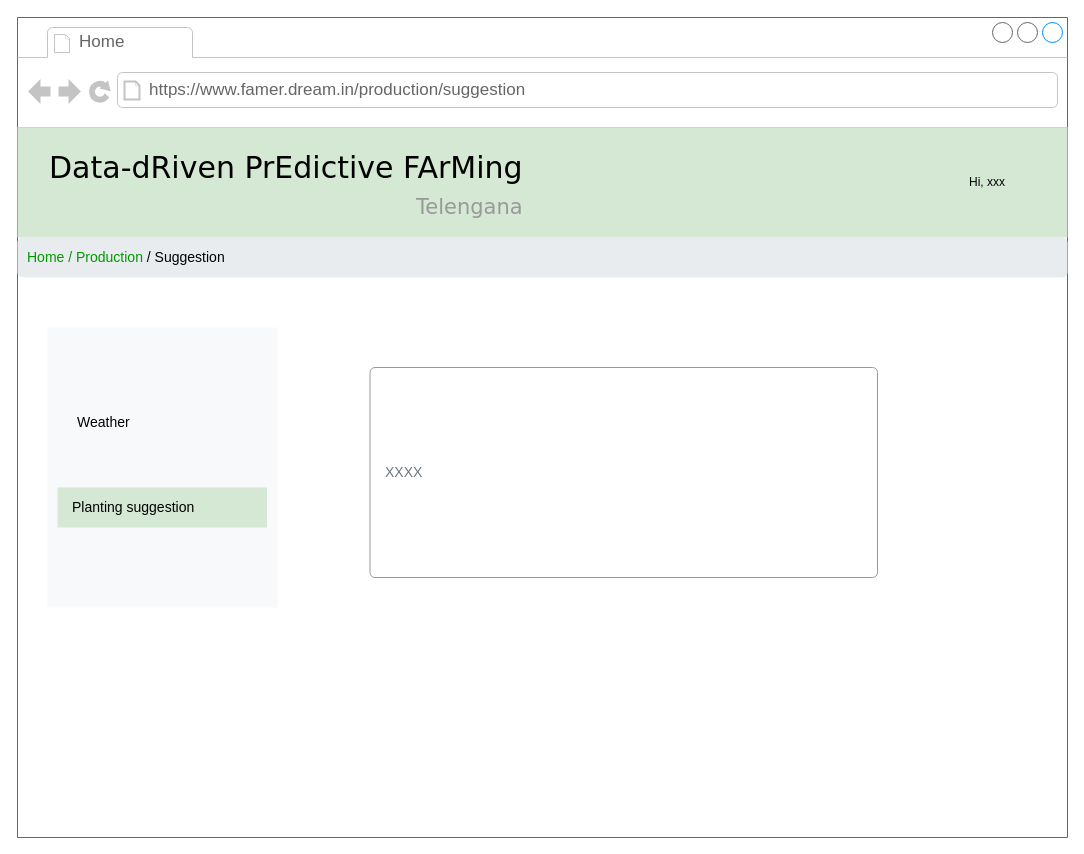
Earlier version of the draw.io diagram page "fm-suggestion" (19 of 26) of RASD/diagrams/User Interface.drawio (ictar/DREAM-SE2-Project-2022). Source tidied: cells renumbered, new cells numbered last; positions are measured from the earlier drawing's top-left corner, leaving out a move shared by most shapes. Both pictures are drawn from the tidied source at 100%, with x=0, y=0 at pixel (17, 17).
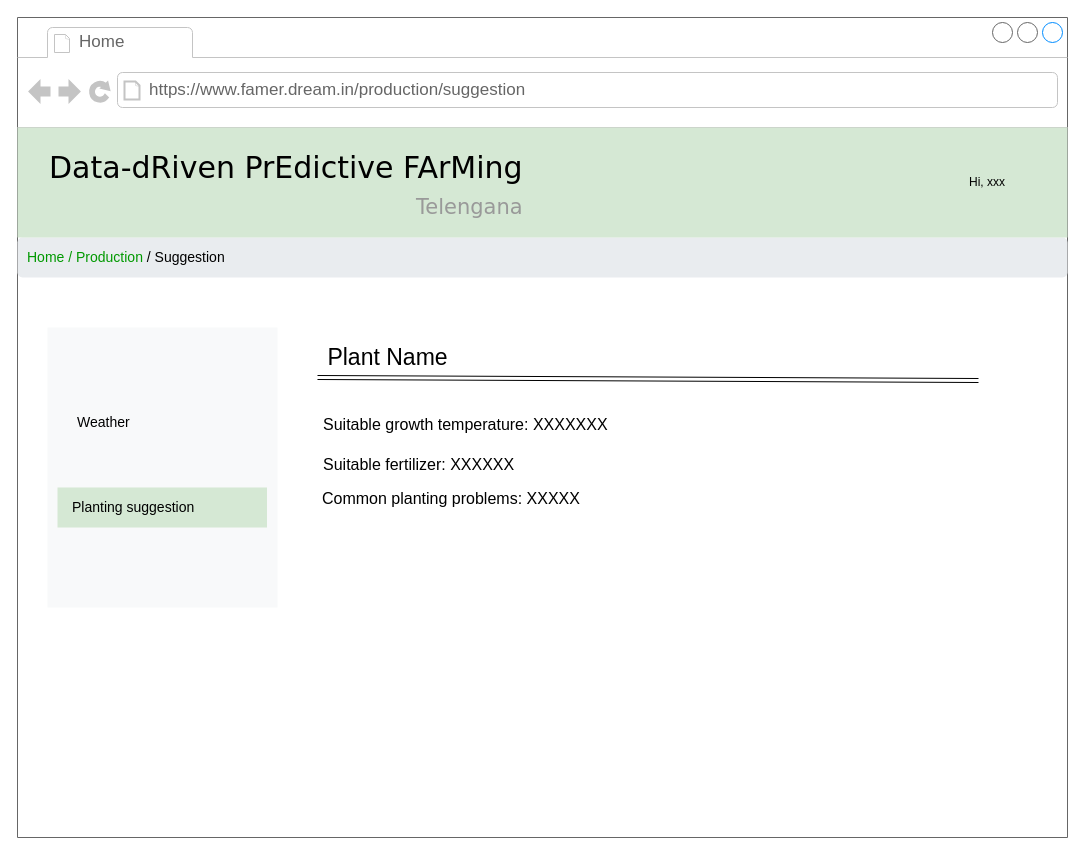
Above is the later version.

The change refers to these unchanged cells:
```xml
<mxCell id="2" style="strokeWidth=1;shadow=0;dashed=0;align=center;html=1;shape=mxgraph.mockup.containers.browserWindow;rSize=0;strokeColor=none;mainText=,;rounded=0;labelBackgroundColor=none;fontFamily=Verdana;fontSize=12;" parent="1" vertex="1">
  <mxGeometry width="1050" height="820" as="geometry" />
</mxCell>
```

What changed in the source:
```diff
@@
-    <mxCell id="9" value="XXXX" style="html=1;shadow=0;dashed=0;shape=mxgraph.bootstrap.rrect;rSize=5;fillColor=none;strokeColor=#999999;align=left;spacing=15;fontSize=14;fontColor=#6C767D;" parent="2" vertex="1">
-      <mxGeometry x="352.5" y="350" width="507.5" height="210" as="geometry" />
-    </mxCell>
+    <mxCell id="14" style="shape=link;html=1;rounded=0;" parent="2" edge="1">
+      <mxGeometry relative="1" as="geometry">
+        <mxPoint x="300" y="360" as="sourcePoint" />
+        <mxPoint x="961" y="363" as="targetPoint" />
+      </mxGeometry>
+    </mxCell>
+    <mxCell id="15" value="&lt;font style=&quot;font-size: 23px&quot;&gt;Plant Name&lt;/font&gt;" style="text;html=1;align=center;verticalAlign=middle;strokeColor=none;fillColor=none;" parent="2" vertex="1">
+      <mxGeometry x="300" y="330" width="140" height="20" as="geometry" />
+    </mxCell>
+    <mxCell id="16" value="&lt;font style=&quot;font-size: 16px&quot;&gt;Suitable growth temperature: XXXXXXX&amp;nbsp;&lt;/font&gt;" style="text;html=1;align=left;verticalAlign=middle;strokeColor=none;fillColor=none;fontSize=23;" parent="2" vertex="1">
+      <mxGeometry x="304" y="385" width="300" height="40" as="geometry" />
+    </mxCell>
+    <mxCell id="17" value="&lt;font style=&quot;font-size: 16px&quot;&gt;Suitable fertilizer: XXXXXX&lt;/font&gt;" style="text;html=1;align=left;verticalAlign=middle;strokeColor=none;fillColor=none;fontSize=23;" parent="2" vertex="1">
+      <mxGeometry x="304" y="425" width="210" height="40" as="geometry" />
+    </mxCell>
+    <mxCell id="18" value="Common planting problems: XXXXX" style="text;whiteSpace=wrap;html=1;fontSize=16;" parent="2" vertex="1">
+      <mxGeometry x="303" y="465" width="315" height="30" as="geometry" />
+    </mxCell>
```
